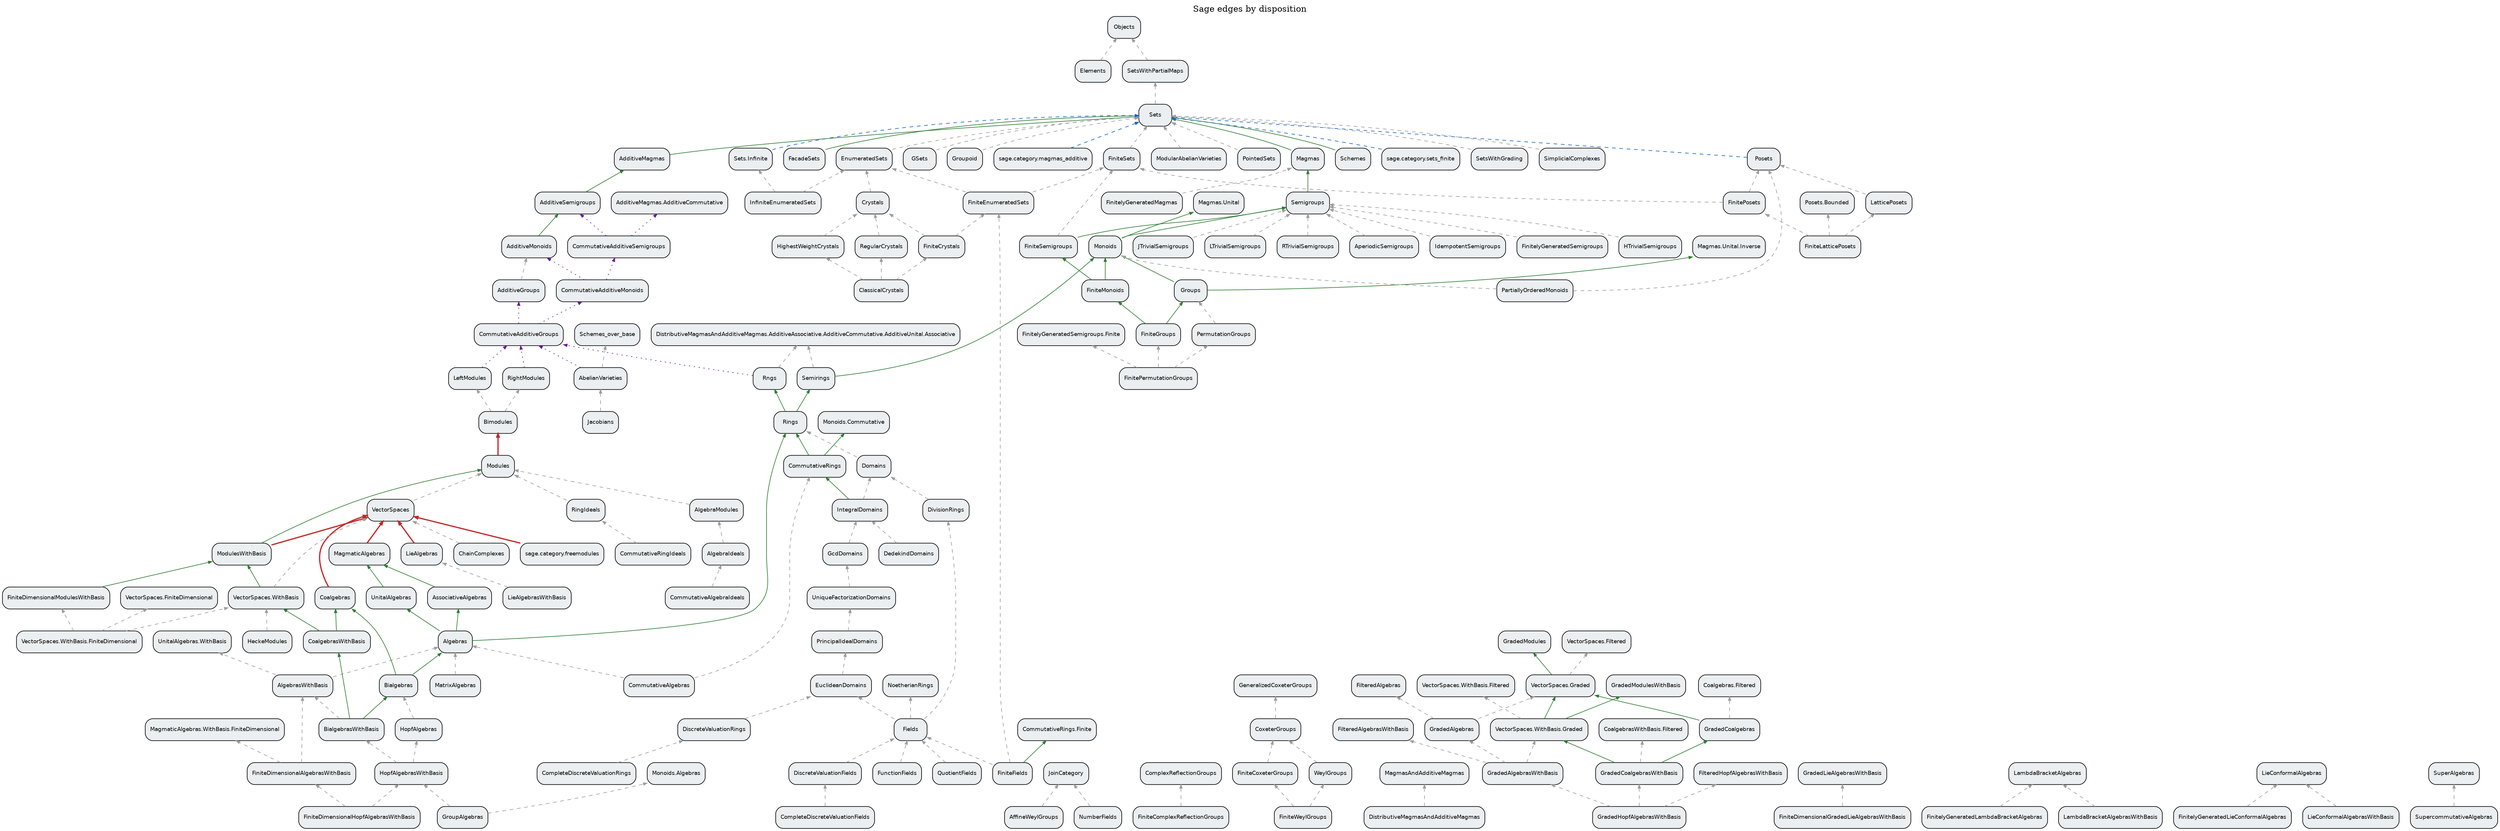
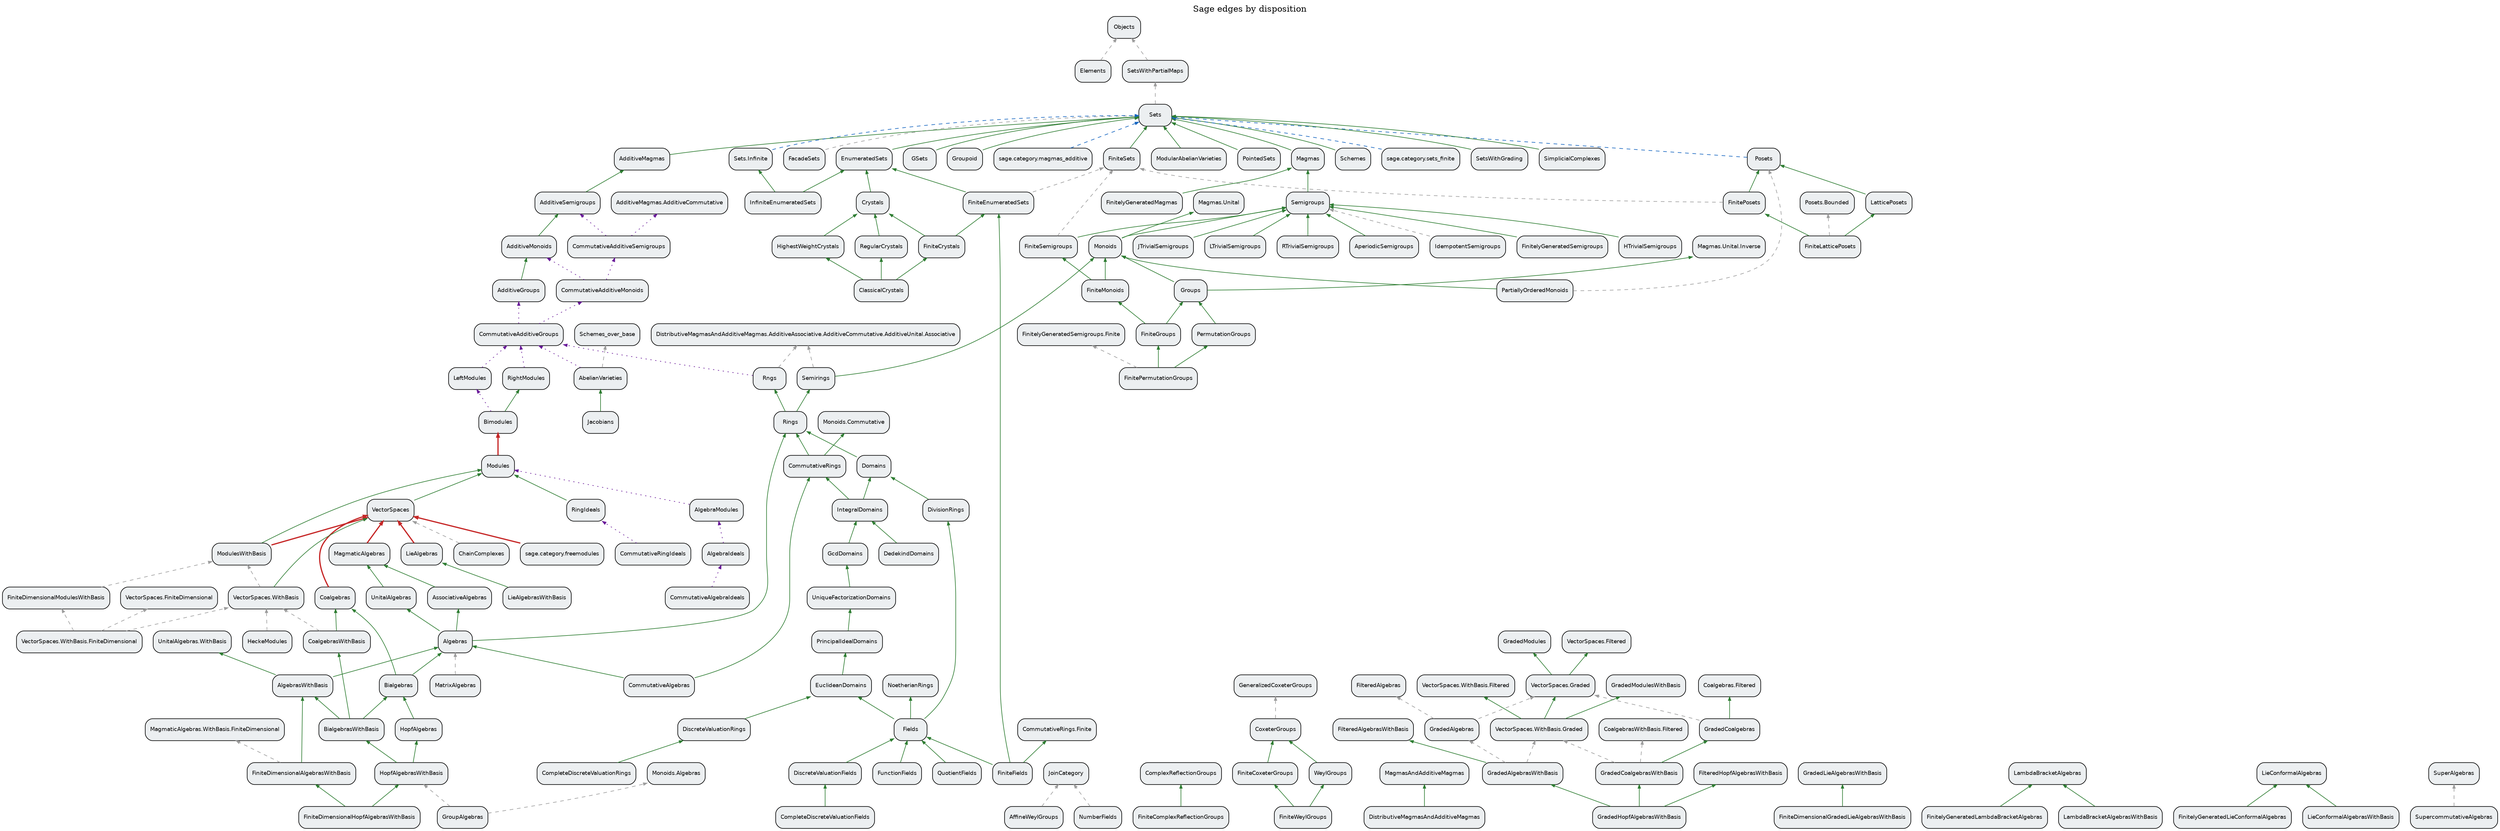
// GENERATED from mapping edge_mappings dispositions
digraph SageEdgeDispositions {
  graph [rankdir=BT, labelloc=t, label="Sage edges by disposition"];
  node [shape=box, style="rounded,filled", fillcolor="#eceff1", fontname="Helvetica", fontsize=9];
  edge [arrowsize=0.6];
  "sage.category.additive_groups_additivegroups" [label="AdditiveGroups"];
  "sage.category.additive_magmas_additivemagmas" [label="AdditiveMagmas"];
  "sage.category.additive_monoids_additivemonoids" [label="AdditiveMonoids"];
  "sage.category.additive_semigroups_additivesemigroups" [label="AdditiveSemigroups"];
  "sage.category.affine_weyl_groups_affineweylgroups" [label="AffineWeylGroups"];
  "sage.category.algebra_ideals_algebraideals" [label="AlgebraIdeals"];
  "sage.category.algebra_modules_algebramodules" [label="AlgebraModules"];
  "sage.category.algebras_algebras" [label="Algebras"];
  "sage.category.algebras_with_basis_algebraswithbasis" [label="AlgebrasWithBasis"];
  "sage.category.aperiodic_semigroups_aperiodicsemigroups" [label="AperiodicSemigroups"];
  "sage.category.associative_algebras_associativealgebras" [label="AssociativeAlgebras"];
  "sage.category.bialgebras_bialgebras" [label="Bialgebras"];
  "sage.category.bialgebras_with_basis_bialgebraswithbasis" [label="BialgebrasWithBasis"];
  "sage.category.bimodules_bimodules" [label="Bimodules"];
  "sage.category.category_joincategory" [label="JoinCategory"];
  "sage.category.category_types_elements" [label="Elements"];
  "sage.category.chain_complexes_chaincomplexes" [label="ChainComplexes"];
  "sage.category.classical_crystals_classicalcrystals" [label="ClassicalCrystals"];
  "sage.category.coalgebras_coalgebras" [label="Coalgebras"];
  "sage.category.coalgebras_with_basis_coalgebraswithbasis" [label="CoalgebrasWithBasis"];
  "sage.category.commutative_additive_groups_commutativeadditivegroups" [label="CommutativeAdditiveGroups"];
  "sage.category.commutative_additive_monoids_commutativeadditivemonoids" [label="CommutativeAdditiveMonoids"];
  "sage.category.commutative_additive_semigroups_commutativeadditivesemigroups" [label="CommutativeAdditiveSemigroups"];
  "sage.category.commutative_algebra_ideals_commutativealgebraideals" [label="CommutativeAlgebraIdeals"];
  "sage.category.commutative_algebras_commutativealgebras" [label="CommutativeAlgebras"];
  "sage.category.commutative_ring_ideals_commutativeringideals" [label="CommutativeRingIdeals"];
  "sage.category.commutative_rings_commutativerings" [label="CommutativeRings"];
  "sage.category.complete_discrete_valuation_completediscretevaluationfields" [label="CompleteDiscreteValuationFields"];
  "sage.category.complete_discrete_valuation_completediscretevaluationrings" [label="CompleteDiscreteValuationRings"];
  "sage.category.complex_reflection_groups_complexreflectiongroups" [label="ComplexReflectionGroups"];
  "sage.category.coxeter_groups_coxetergroups" [label="CoxeterGroups"];
  "sage.category.crystals_crystals" [label="Crystals"];
  "sage.category.dedekind_domains_dedekinddomains" [label="DedekindDomains"];
  "sage.category.discrete_valuation_discretevaluationfields" [label="DiscreteValuationFields"];
  "sage.category.discrete_valuation_discretevaluationrings" [label="DiscreteValuationRings"];
  "sage.category.distributive_magmas_and_additive_magmas_distributivemagmasandadditivemagmas" [label="DistributiveMagmasAndAdditiveMagmas"];
  "sage.category.division_rings_divisionrings" [label="DivisionRings"];
  "sage.category.domains_domains" [label="Domains"];
  "sage.category.enumerated_sets_enumeratedsets" [label="EnumeratedSets"];
  "sage.category.euclidean_domains_euclideandomains" [label="EuclideanDomains"];
  "sage.category.examples_semigroups_cython_idempotentsemigroups" [label="IdempotentSemigroups"];
  "sage.category.facade_sets_facadesets" [label="FacadeSets"];
  "sage.category.fields_fields" [label="Fields"];
  "sage.category.filtered_algebras_filteredalgebras" [label="FilteredAlgebras"];
  "sage.category.filtered_algebras_with_basis_filteredalgebraswithbasis" [label="FilteredAlgebrasWithBasis"];
  "sage.category.filtered_hopf_algebras_with_basis_filteredhopfalgebraswithbasis" [label="FilteredHopfAlgebrasWithBasis"];
  "sage.category.finite_complex_reflection_groups_finitecomplexreflectiongroups" [label="FiniteComplexReflectionGroups"];
  "sage.category.finite_coxeter_groups_finitecoxetergroups" [label="FiniteCoxeterGroups"];
  "sage.category.finite_crystals_finitecrystals" [label="FiniteCrystals"];
  "sage.category.finite_dimensional_algebras_with_basis_finitedimensionalalgebraswithbasis" [label="FiniteDimensionalAlgebrasWithBasis"];
  "sage.category.finite_dimensional_graded_lie_algebras_with_basis_finitedimensionalgradedliealgebraswithbasis" [label="FiniteDimensionalGradedLieAlgebrasWithBasis"];
  "sage.category.finite_dimensional_hopf_algebras_with_basis_finitedimensionalhopfalgebraswithbasis" [label="FiniteDimensionalHopfAlgebrasWithBasis"];
  "sage.category.finite_dimensional_modules_with_basis_finitedimensionalmoduleswithbasis" [label="FiniteDimensionalModulesWithBasis"];
  "sage.category.finite_enumerated_sets_finiteenumeratedsets" [label="FiniteEnumeratedSets"];
  "sage.category.finite_fields_finitefields" [label="FiniteFields"];
  "sage.category.finite_groups_finitegroups" [label="FiniteGroups"];
  "sage.category.finite_lattice_posets_finitelatticeposets" [label="FiniteLatticePosets"];
  "sage.category.finite_monoids_finitemonoids" [label="FiniteMonoids"];
  "sage.category.finite_permutation_groups_finitepermutationgroups" [label="FinitePermutationGroups"];
  "sage.category.finite_posets_finiteposets" [label="FinitePosets"];
  "sage.category.finite_semigroups_finitesemigroups" [label="FiniteSemigroups"];
  "sage.category.finite_sets_finitesets" [label="FiniteSets"];
  "sage.category.finite_weyl_groups_finiteweylgroups" [label="FiniteWeylGroups"];
  "sage.category.finitely_generated_lambda_bracket_algebras_finitelygeneratedlambdabracketalgebras" [label="FinitelyGeneratedLambdaBracketAlgebras"];
  "sage.category.finitely_generated_lie_conformal_algebras_finitelygeneratedlieconformalalgebras" [label="FinitelyGeneratedLieConformalAlgebras"];
  "sage.category.finitely_generated_magmas_finitelygeneratedmagmas" [label="FinitelyGeneratedMagmas"];
  "sage.category.finitely_generated_semigroups_finitelygeneratedsemigroups" [label="FinitelyGeneratedSemigroups"];
  "sage.category.freemodules" [label="sage.category.freemodules"];
  "sage.category.function_fields_functionfields" [label="FunctionFields"];
  "sage.category.g_sets_gsets" [label="GSets"];
  "sage.category.gcd_domains_gcddomains" [label="GcdDomains"];
  "sage.category.generalized_coxeter_groups_generalizedcoxetergroups" [label="GeneralizedCoxeterGroups"];
  "sage.category.graded_algebras_gradedalgebras" [label="GradedAlgebras"];
  "sage.category.graded_algebras_with_basis_gradedalgebraswithbasis" [label="GradedAlgebrasWithBasis"];
  "sage.category.graded_coalgebras_gradedcoalgebras" [label="GradedCoalgebras"];
  "sage.category.graded_coalgebras_with_basis_gradedcoalgebraswithbasis" [label="GradedCoalgebrasWithBasis"];
  "sage.category.graded_hopf_algebras_with_basis_gradedhopfalgebraswithbasis" [label="GradedHopfAlgebrasWithBasis"];
  "sage.category.graded_lie_algebras_with_basis_gradedliealgebraswithbasis" [label="GradedLieAlgebrasWithBasis"];
  "sage.category.graded_modules_gradedmodules" [label="GradedModules"];
  "sage.category.graded_modules_with_basis_gradedmoduleswithbasis" [label="GradedModulesWithBasis"];
  "sage.category.group_algebras_groupalgebras" [label="GroupAlgebras"];
  "sage.category.groupoid_groupoid" [label="Groupoid"];
  "sage.category.groups_groups" [label="Groups"];
  "sage.category.h_trivial_semigroups_htrivialsemigroups" [label="HTrivialSemigroups"];
  "sage.category.hecke_modules_heckemodules" [label="HeckeModules"];
  "sage.category.highest_weight_crystals_highestweightcrystals" [label="HighestWeightCrystals"];
  "sage.category.hopf_algebras_hopfalgebras" [label="HopfAlgebras"];
  "sage.category.hopf_algebras_with_basis_hopfalgebraswithbasis" [label="HopfAlgebrasWithBasis"];
  "sage.category.infinite_enumerated_sets_infiniteenumeratedsets" [label="InfiniteEnumeratedSets"];
  "sage.category.integral_domains_integraldomains" [label="IntegralDomains"];
  "sage.category.j_trivial_semigroups_jtrivialsemigroups" [label="JTrivialSemigroups"];
  "sage.category.l_trivial_semigroups_ltrivialsemigroups" [label="LTrivialSemigroups"];
  "sage.category.lambda_bracket_algebras_lambdabracketalgebras" [label="LambdaBracketAlgebras"];
  "sage.category.lambda_bracket_algebras_with_basis_lambdabracketalgebraswithbasis" [label="LambdaBracketAlgebrasWithBasis"];
  "sage.category.lattice_posets_latticeposets" [label="LatticePosets"];
  "sage.category.left_modules_leftmodules" [label="LeftModules"];
  "sage.category.lie_algebras_liealgebras" [label="LieAlgebras"];
  "sage.category.lie_algebras_with_basis_liealgebraswithbasis" [label="LieAlgebrasWithBasis"];
  "sage.category.lie_conformal_algebras_lieconformalalgebras" [label="LieConformalAlgebras"];
  "sage.category.lie_conformal_algebras_with_basis_lieconformalalgebraswithbasis" [label="LieConformalAlgebrasWithBasis"];
  "sage.category.magmas_additive" [label="sage.category.magmas_additive"];
  "sage.category.magmas_and_additive_magmas_magmasandadditivemagmas" [label="MagmasAndAdditiveMagmas"];
  "sage.category.magmas_magmas" [label="Magmas"];
  "sage.category.magmatic_algebras_magmaticalgebras" [label="MagmaticAlgebras"];
  "sage.category.matrix_algebras_matrixalgebras" [label="MatrixAlgebras"];
  "sage.category.modular_abelian_varieties_modularabelianvarieties" [label="ModularAbelianVarieties"];
  "sage.category.modules_modules" [label="Modules"];
  "sage.category.modules_with_basis_moduleswithbasis" [label="ModulesWithBasis"];
  "sage.category.monoids_monoids" [label="Monoids"];
  "sage.category.noetherian_rings_noetherianrings" [label="NoetherianRings"];
  "sage.category.number_fields_numberfields" [label="NumberFields"];
  "sage.category.objects_objects" [label="Objects"];
  "sage.category.partially_ordered_monoids_partiallyorderedmonoids" [label="PartiallyOrderedMonoids"];
  "sage.category.permutation_groups_permutationgroups" [label="PermutationGroups"];
  "sage.category.pointed_sets_pointedsets" [label="PointedSets"];
  "sage.category.posets_posets" [label="Posets"];
  "sage.category.principal_ideal_domains_principalidealdomains" [label="PrincipalIdealDomains"];
  "sage.category.quotient_fields_quotientfields" [label="QuotientFields"];
  "sage.category.r_trivial_semigroups_rtrivialsemigroups" [label="RTrivialSemigroups"];
  "sage.category.regular_crystals_regularcrystals" [label="RegularCrystals"];
  "sage.category.right_modules_rightmodules" [label="RightModules"];
  "sage.category.ring_ideals_ringideals" [label="RingIdeals"];
  "sage.category.rings_rings" [label="Rings"];
  "sage.category.rngs_rngs" [label="Rngs"];
  "sage.category.schemes_abelianvarieties" [label="AbelianVarieties"];
  "sage.category.schemes_jacobians" [label="Jacobians"];
  "sage.category.schemes_schemes" [label="Schemes"];
  "sage.category.schemes_schemes_over_base" [label="Schemes_over_base"];
  "sage.category.semigroups_semigroups" [label="Semigroups"];
  "sage.category.semirings_semirings" [label="Semirings"];
  "sage.category.sets_cat_sets" [label="Sets"];
  "sage.category.sets_finite" [label="sage.category.sets_finite"];
  "sage.category.sets_with_grading_setswithgrading" [label="SetsWithGrading"];
  "sage.category.sets_with_partial_maps_setswithpartialmaps" [label="SetsWithPartialMaps"];
  "sage.category.simplicial_complexes_simplicialcomplexes" [label="SimplicialComplexes"];
  "sage.category.super_algebras_superalgebras" [label="SuperAlgebras"];
  "sage.category.supercommutative_algebras_supercommutativealgebras" [label="SupercommutativeAlgebras"];
  "sage.category.unique_factorization_domains_uniquefactorizationdomains" [label="UniqueFactorizationDomains"];
  "sage.category.unital_algebras_unitalalgebras" [label="UnitalAlgebras"];
  "sage.category.vector_spaces_vectorspaces" [label="VectorSpaces"];
  "sage.category.weyl_groups_weylgroups" [label="WeylGroups"];
  "sage.category.with_axiom.additivemagmas.additivecommutative" [label="AdditiveMagmas.AdditiveCommutative"];
  "sage.category.with_axiom.coalgebras.filtered" [label="Coalgebras.Filtered"];
  "sage.category.with_axiom.coalgebraswithbasis.filtered" [label="CoalgebrasWithBasis.Filtered"];
  "sage.category.with_axiom.commutativerings.finite" [label="CommutativeRings.Finite"];
  "sage.category.with_axiom.distributivemagmasandadditivemagmas.additiveassociative.additivecommutative.additiveunital.associative" [label="DistributiveMagmasAndAdditiveMagmas.AdditiveAssociative.AdditiveCommutative.AdditiveUnital.Associative"];
  "sage.category.with_axiom.finitelygeneratedsemigroups.finite" [label="FinitelyGeneratedSemigroups.Finite"];
  "sage.category.with_axiom.magmas.unital" [label="Magmas.Unital"];
  "sage.category.with_axiom.magmas.unital.inverse" [label="Magmas.Unital.Inverse"];
  "sage.category.with_axiom.magmaticalgebras.withbasis.finitedimensional" [label="MagmaticAlgebras.WithBasis.FiniteDimensional"];
  "sage.category.with_axiom.monoids.algebras" [label="Monoids.Algebras"];
  "sage.category.with_axiom.monoids.commutative" [label="Monoids.Commutative"];
  "sage.category.with_axiom.posets.bounded" [label="Posets.Bounded"];
  "sage.category.with_axiom.sets.infinite" [label="Sets.Infinite"];
  "sage.category.with_axiom.unitalalgebras.withbasis" [label="UnitalAlgebras.WithBasis"];
  "sage.category.with_axiom.vectorspaces.filtered" [label="VectorSpaces.Filtered"];
  "sage.category.with_axiom.vectorspaces.finitedimensional" [label="VectorSpaces.FiniteDimensional"];
  "sage.category.with_axiom.vectorspaces.graded" [label="VectorSpaces.Graded"];
  "sage.category.with_axiom.vectorspaces.withbasis" [label="VectorSpaces.WithBasis"];
  "sage.category.with_axiom.vectorspaces.withbasis.filtered" [label="VectorSpaces.WithBasis.Filtered"];
  "sage.category.with_axiom.vectorspaces.withbasis.finitedimensional" [label="VectorSpaces.WithBasis.FiniteDimensional"];
  "sage.category.with_axiom.vectorspaces.withbasis.graded" [label="VectorSpaces.WithBasis.Graded"];
  "sage.category.examples_semigroups_cython_idempotentsemigroups" -> "sage.category.semigroups_semigroups" [disposition="unsupported", color="#9e9e9e", style=dashed];
  "sage.category.category_types_elements" -> "sage.category.objects_objects" [disposition="unsupported", color="#9e9e9e", style=dashed];
  "sage.category.schemes_abelianvarieties" -> "sage.category.schemes_schemes_over_base" [disposition="unsupported", color="#9e9e9e", style=dashed];
  "sage.category.schemes_abelianvarieties" -> "sage.category.commutative_additive_groups_commutativeadditivegroups" [disposition="alias_artifact", color="#6a1b9a", style=dotted];
-   "sage.category.additive_groups_additivegroups" -> "sage.category.additive_monoids_additivemonoids" [disposition="unsupported", color="#9e9e9e", style=dashed];
+   "sage.category.additive_groups_additivegroups" -> "sage.category.additive_monoids_additivemonoids" [disposition="preserved", color="#2e7d32", style=solid];
  "sage.category.additive_magmas_additivemagmas" -> "sage.category.sets_cat_sets" [disposition="preserved", color="#2e7d32", style=solid];
  "sage.category.additive_monoids_additivemonoids" -> "sage.category.additive_semigroups_additivesemigroups" [disposition="preserved", color="#2e7d32", style=solid];
  "sage.category.additive_semigroups_additivesemigroups" -> "sage.category.additive_magmas_additivemagmas" [disposition="preserved", color="#2e7d32", style=solid];
  "sage.category.affine_weyl_groups_affineweylgroups" -> "sage.category.category_joincategory" [disposition="unsupported", color="#9e9e9e", style=dashed];
-   "sage.category.algebra_ideals_algebraideals" -> "sage.category.algebra_modules_algebramodules" [disposition="unsupported", color="#9e9e9e", style=dashed];
-   "sage.category.algebra_modules_algebramodules" -> "sage.category.modules_modules" [disposition="unsupported", color="#9e9e9e", style=dashed];
+   "sage.category.algebra_ideals_algebraideals" -> "sage.category.algebra_modules_algebramodules" [disposition="alias_artifact", color="#6a1b9a", style=dotted];
+   "sage.category.algebra_modules_algebramodules" -> "sage.category.modules_modules" [disposition="alias_artifact", color="#6a1b9a", style=dotted];
  "sage.category.algebras_algebras" -> "sage.category.rings_rings" [disposition="preserved", color="#2e7d32", style=solid];
  "sage.category.algebras_algebras" -> "sage.category.associative_algebras_associativealgebras" [disposition="preserved", color="#2e7d32", style=solid];
  "sage.category.algebras_algebras" -> "sage.category.unital_algebras_unitalalgebras" [disposition="preserved", color="#2e7d32", style=solid];
-   "sage.category.algebras_with_basis_algebraswithbasis" -> "sage.category.algebras_algebras" [disposition="unsupported", color="#9e9e9e", style=dashed];
-   "sage.category.algebras_with_basis_algebraswithbasis" -> "sage.category.with_axiom.unitalalgebras.withbasis" [disposition="unsupported", color="#9e9e9e", style=dashed];
-   "sage.category.aperiodic_semigroups_aperiodicsemigroups" -> "sage.category.semigroups_semigroups" [disposition="unsupported", color="#9e9e9e", style=dashed];
+   "sage.category.algebras_with_basis_algebraswithbasis" -> "sage.category.algebras_algebras" [disposition="preserved", color="#2e7d32", style=solid];
+   "sage.category.algebras_with_basis_algebraswithbasis" -> "sage.category.with_axiom.unitalalgebras.withbasis" [disposition="preserved", color="#2e7d32", style=solid];
+   "sage.category.aperiodic_semigroups_aperiodicsemigroups" -> "sage.category.semigroups_semigroups" [disposition="preserved", color="#2e7d32", style=solid];
  "sage.category.associative_algebras_associativealgebras" -> "sage.category.magmatic_algebras_magmaticalgebras" [disposition="preserved", color="#2e7d32", style=solid];
  "sage.category.bialgebras_bialgebras" -> "sage.category.algebras_algebras" [disposition="preserved", color="#2e7d32", style=solid];
  "sage.category.bialgebras_bialgebras" -> "sage.category.coalgebras_coalgebras" [disposition="preserved", color="#2e7d32", style=solid];
-   "sage.category.bialgebras_with_basis_bialgebraswithbasis" -> "sage.category.algebras_with_basis_algebraswithbasis" [disposition="unsupported", color="#9e9e9e", style=dashed];
+   "sage.category.bialgebras_with_basis_bialgebraswithbasis" -> "sage.category.algebras_with_basis_algebraswithbasis" [disposition="preserved", color="#2e7d32", style=solid];
  "sage.category.bialgebras_with_basis_bialgebraswithbasis" -> "sage.category.bialgebras_bialgebras" [disposition="preserved", color="#2e7d32", style=solid];
  "sage.category.bialgebras_with_basis_bialgebraswithbasis" -> "sage.category.coalgebras_with_basis_coalgebraswithbasis" [disposition="preserved", color="#2e7d32", style=solid];
-   "sage.category.bimodules_bimodules" -> "sage.category.left_modules_leftmodules" [disposition="unsupported", color="#9e9e9e", style=dashed];
-   "sage.category.bimodules_bimodules" -> "sage.category.right_modules_rightmodules" [disposition="unsupported", color="#9e9e9e", style=dashed];
+   "sage.category.bimodules_bimodules" -> "sage.category.left_modules_leftmodules" [disposition="alias_artifact", color="#6a1b9a", style=dotted];
+   "sage.category.bimodules_bimodules" -> "sage.category.right_modules_rightmodules" [disposition="preserved", color="#2e7d32", style=solid];
  "sage.category.chain_complexes_chaincomplexes" -> "sage.category.vector_spaces_vectorspaces" [disposition="unsupported", color="#9e9e9e", style=dashed];
-   "sage.category.classical_crystals_classicalcrystals" -> "sage.category.regular_crystals_regularcrystals" [disposition="unsupported", color="#9e9e9e", style=dashed];
-   "sage.category.classical_crystals_classicalcrystals" -> "sage.category.finite_crystals_finitecrystals" [disposition="unsupported", color="#9e9e9e", style=dashed];
-   "sage.category.classical_crystals_classicalcrystals" -> "sage.category.highest_weight_crystals_highestweightcrystals" [disposition="unsupported", color="#9e9e9e", style=dashed];
+   "sage.category.classical_crystals_classicalcrystals" -> "sage.category.regular_crystals_regularcrystals" [disposition="preserved", color="#2e7d32", style=solid];
+   "sage.category.classical_crystals_classicalcrystals" -> "sage.category.finite_crystals_finitecrystals" [disposition="preserved", color="#2e7d32", style=solid];
+   "sage.category.classical_crystals_classicalcrystals" -> "sage.category.highest_weight_crystals_highestweightcrystals" [disposition="preserved", color="#2e7d32", style=solid];
  "sage.category.coalgebras_coalgebras" -> "sage.category.vector_spaces_vectorspaces" [disposition="corrected", color="#c62828", style=bold];
-   "sage.category.coalgebras_with_basis_coalgebraswithbasis" -> "sage.category.with_axiom.vectorspaces.withbasis" [disposition="preserved", color="#2e7d32", style=solid];
+   "sage.category.coalgebras_with_basis_coalgebraswithbasis" -> "sage.category.with_axiom.vectorspaces.withbasis" [disposition="unsupported", color="#9e9e9e", style=dashed];
  "sage.category.coalgebras_with_basis_coalgebraswithbasis" -> "sage.category.coalgebras_coalgebras" [disposition="preserved", color="#2e7d32", style=solid];
  "sage.category.commutative_additive_groups_commutativeadditivegroups" -> "sage.category.additive_groups_additivegroups" [disposition="alias_artifact", color="#6a1b9a", style=dotted];
  "sage.category.commutative_additive_groups_commutativeadditivegroups" -> "sage.category.commutative_additive_monoids_commutativeadditivemonoids" [disposition="alias_artifact", color="#6a1b9a", style=dotted];
  "sage.category.commutative_additive_monoids_commutativeadditivemonoids" -> "sage.category.additive_monoids_additivemonoids" [disposition="alias_artifact", color="#6a1b9a", style=dotted];
  "sage.category.commutative_additive_monoids_commutativeadditivemonoids" -> "sage.category.commutative_additive_semigroups_commutativeadditivesemigroups" [disposition="alias_artifact", color="#6a1b9a", style=dotted];
  "sage.category.commutative_additive_semigroups_commutativeadditivesemigroups" -> "sage.category.with_axiom.additivemagmas.additivecommutative" [disposition="alias_artifact", color="#6a1b9a", style=dotted];
  "sage.category.commutative_additive_semigroups_commutativeadditivesemigroups" -> "sage.category.additive_semigroups_additivesemigroups" [disposition="alias_artifact", color="#6a1b9a", style=dotted];
-   "sage.category.commutative_algebra_ideals_commutativealgebraideals" -> "sage.category.algebra_ideals_algebraideals" [disposition="unsupported", color="#9e9e9e", style=dashed];
-   "sage.category.commutative_algebras_commutativealgebras" -> "sage.category.algebras_algebras" [disposition="unsupported", color="#9e9e9e", style=dashed];
-   "sage.category.commutative_algebras_commutativealgebras" -> "sage.category.commutative_rings_commutativerings" [disposition="unsupported", color="#9e9e9e", style=dashed];
-   "sage.category.commutative_ring_ideals_commutativeringideals" -> "sage.category.ring_ideals_ringideals" [disposition="unsupported", color="#9e9e9e", style=dashed];
+   "sage.category.commutative_algebra_ideals_commutativealgebraideals" -> "sage.category.algebra_ideals_algebraideals" [disposition="alias_artifact", color="#6a1b9a", style=dotted];
+   "sage.category.commutative_algebras_commutativealgebras" -> "sage.category.algebras_algebras" [disposition="preserved", color="#2e7d32", style=solid];
+   "sage.category.commutative_algebras_commutativealgebras" -> "sage.category.commutative_rings_commutativerings" [disposition="preserved", color="#2e7d32", style=solid];
+   "sage.category.commutative_ring_ideals_commutativeringideals" -> "sage.category.ring_ideals_ringideals" [disposition="alias_artifact", color="#6a1b9a", style=dotted];
  "sage.category.commutative_rings_commutativerings" -> "sage.category.rings_rings" [disposition="preserved", color="#2e7d32", style=solid];
  "sage.category.commutative_rings_commutativerings" -> "sage.category.with_axiom.monoids.commutative" [disposition="preserved", color="#2e7d32", style=solid];
-   "sage.category.complete_discrete_valuation_completediscretevaluationfields" -> "sage.category.discrete_valuation_discretevaluationfields" [disposition="unsupported", color="#9e9e9e", style=dashed];
-   "sage.category.complete_discrete_valuation_completediscretevaluationrings" -> "sage.category.discrete_valuation_discretevaluationrings" [disposition="unsupported", color="#9e9e9e", style=dashed];
+   "sage.category.complete_discrete_valuation_completediscretevaluationfields" -> "sage.category.discrete_valuation_discretevaluationfields" [disposition="preserved", color="#2e7d32", style=solid];
+   "sage.category.complete_discrete_valuation_completediscretevaluationrings" -> "sage.category.discrete_valuation_discretevaluationrings" [disposition="preserved", color="#2e7d32", style=solid];
  "sage.category.coxeter_groups_coxetergroups" -> "sage.category.generalized_coxeter_groups_generalizedcoxetergroups" [disposition="unsupported", color="#9e9e9e", style=dashed];
-   "sage.category.crystals_crystals" -> "sage.category.enumerated_sets_enumeratedsets" [disposition="unsupported", color="#9e9e9e", style=dashed];
-   "sage.category.dedekind_domains_dedekinddomains" -> "sage.category.integral_domains_integraldomains" [disposition="unsupported", color="#9e9e9e", style=dashed];
-   "sage.category.discrete_valuation_discretevaluationfields" -> "sage.category.fields_fields" [disposition="unsupported", color="#9e9e9e", style=dashed];
-   "sage.category.discrete_valuation_discretevaluationrings" -> "sage.category.euclidean_domains_euclideandomains" [disposition="unsupported", color="#9e9e9e", style=dashed];
-   "sage.category.distributive_magmas_and_additive_magmas_distributivemagmasandadditivemagmas" -> "sage.category.magmas_and_additive_magmas_magmasandadditivemagmas" [disposition="unsupported", color="#9e9e9e", style=dashed];
-   "sage.category.division_rings_divisionrings" -> "sage.category.domains_domains" [disposition="unsupported", color="#9e9e9e", style=dashed];
-   "sage.category.domains_domains" -> "sage.category.rings_rings" [disposition="unsupported", color="#9e9e9e", style=dashed];
-   "sage.category.enumerated_sets_enumeratedsets" -> "sage.category.sets_cat_sets" [disposition="unsupported", color="#9e9e9e", style=dashed];
-   "sage.category.euclidean_domains_euclideandomains" -> "sage.category.principal_ideal_domains_principalidealdomains" [disposition="unsupported", color="#9e9e9e", style=dashed];
-   "sage.category.facade_sets_facadesets" -> "sage.category.sets_cat_sets" [disposition="preserved", color="#2e7d32", style=solid];
-   "sage.category.fields_fields" -> "sage.category.euclidean_domains_euclideandomains" [disposition="unsupported", color="#9e9e9e", style=dashed];
-   "sage.category.fields_fields" -> "sage.category.division_rings_divisionrings" [disposition="unsupported", color="#9e9e9e", style=dashed];
-   "sage.category.fields_fields" -> "sage.category.noetherian_rings_noetherianrings" [disposition="unsupported", color="#9e9e9e", style=dashed];
-   "sage.category.finite_complex_reflection_groups_finitecomplexreflectiongroups" -> "sage.category.complex_reflection_groups_complexreflectiongroups" [disposition="unsupported", color="#9e9e9e", style=dashed];
-   "sage.category.finite_coxeter_groups_finitecoxetergroups" -> "sage.category.coxeter_groups_coxetergroups" [disposition="unsupported", color="#9e9e9e", style=dashed];
-   "sage.category.finite_crystals_finitecrystals" -> "sage.category.crystals_crystals" [disposition="unsupported", color="#9e9e9e", style=dashed];
-   "sage.category.finite_crystals_finitecrystals" -> "sage.category.finite_enumerated_sets_finiteenumeratedsets" [disposition="unsupported", color="#9e9e9e", style=dashed];
-   "sage.category.finite_dimensional_algebras_with_basis_finitedimensionalalgebraswithbasis" -> "sage.category.algebras_with_basis_algebraswithbasis" [disposition="unsupported", color="#9e9e9e", style=dashed];
+   "sage.category.crystals_crystals" -> "sage.category.enumerated_sets_enumeratedsets" [disposition="preserved", color="#2e7d32", style=solid];
+   "sage.category.dedekind_domains_dedekinddomains" -> "sage.category.integral_domains_integraldomains" [disposition="preserved", color="#2e7d32", style=solid];
+   "sage.category.discrete_valuation_discretevaluationfields" -> "sage.category.fields_fields" [disposition="preserved", color="#2e7d32", style=solid];
+   "sage.category.discrete_valuation_discretevaluationrings" -> "sage.category.euclidean_domains_euclideandomains" [disposition="preserved", color="#2e7d32", style=solid];
+   "sage.category.distributive_magmas_and_additive_magmas_distributivemagmasandadditivemagmas" -> "sage.category.magmas_and_additive_magmas_magmasandadditivemagmas" [disposition="preserved", color="#2e7d32", style=solid];
+   "sage.category.division_rings_divisionrings" -> "sage.category.domains_domains" [disposition="preserved", color="#2e7d32", style=solid];
+   "sage.category.domains_domains" -> "sage.category.rings_rings" [disposition="preserved", color="#2e7d32", style=solid];
+   "sage.category.enumerated_sets_enumeratedsets" -> "sage.category.sets_cat_sets" [disposition="preserved", color="#2e7d32", style=solid];
+   "sage.category.euclidean_domains_euclideandomains" -> "sage.category.principal_ideal_domains_principalidealdomains" [disposition="preserved", color="#2e7d32", style=solid];
+   "sage.category.facade_sets_facadesets" -> "sage.category.sets_cat_sets" [disposition="unsupported", color="#9e9e9e", style=dashed];
+   "sage.category.fields_fields" -> "sage.category.euclidean_domains_euclideandomains" [disposition="preserved", color="#2e7d32", style=solid];
+   "sage.category.fields_fields" -> "sage.category.division_rings_divisionrings" [disposition="preserved", color="#2e7d32", style=solid];
+   "sage.category.fields_fields" -> "sage.category.noetherian_rings_noetherianrings" [disposition="preserved", color="#2e7d32", style=solid];
+   "sage.category.finite_complex_reflection_groups_finitecomplexreflectiongroups" -> "sage.category.complex_reflection_groups_complexreflectiongroups" [disposition="preserved", color="#2e7d32", style=solid];
+   "sage.category.finite_coxeter_groups_finitecoxetergroups" -> "sage.category.coxeter_groups_coxetergroups" [disposition="preserved", color="#2e7d32", style=solid];
+   "sage.category.finite_crystals_finitecrystals" -> "sage.category.crystals_crystals" [disposition="preserved", color="#2e7d32", style=solid];
+   "sage.category.finite_crystals_finitecrystals" -> "sage.category.finite_enumerated_sets_finiteenumeratedsets" [disposition="preserved", color="#2e7d32", style=solid];
+   "sage.category.finite_dimensional_algebras_with_basis_finitedimensionalalgebraswithbasis" -> "sage.category.algebras_with_basis_algebraswithbasis" [disposition="preserved", color="#2e7d32", style=solid];
  "sage.category.finite_dimensional_algebras_with_basis_finitedimensionalalgebraswithbasis" -> "sage.category.with_axiom.magmaticalgebras.withbasis.finitedimensional" [disposition="unsupported", color="#9e9e9e", style=dashed];
-   "sage.category.finite_dimensional_graded_lie_algebras_with_basis_finitedimensionalgradedliealgebraswithbasis" -> "sage.category.graded_lie_algebras_with_basis_gradedliealgebraswithbasis" [disposition="unsupported", color="#9e9e9e", style=dashed];
-   "sage.category.finite_dimensional_hopf_algebras_with_basis_finitedimensionalhopfalgebraswithbasis" -> "sage.category.hopf_algebras_with_basis_hopfalgebraswithbasis" [disposition="unsupported", color="#9e9e9e", style=dashed];
-   "sage.category.finite_dimensional_hopf_algebras_with_basis_finitedimensionalhopfalgebraswithbasis" -> "sage.category.finite_dimensional_algebras_with_basis_finitedimensionalalgebraswithbasis" [disposition="unsupported", color="#9e9e9e", style=dashed];
-   "sage.category.finite_dimensional_modules_with_basis_finitedimensionalmoduleswithbasis" -> "sage.category.modules_with_basis_moduleswithbasis" [disposition="preserved", color="#2e7d32", style=solid];
-   "sage.category.finite_enumerated_sets_finiteenumeratedsets" -> "sage.category.enumerated_sets_enumeratedsets" [disposition="unsupported", color="#9e9e9e", style=dashed];
+   "sage.category.finite_dimensional_graded_lie_algebras_with_basis_finitedimensionalgradedliealgebraswithbasis" -> "sage.category.graded_lie_algebras_with_basis_gradedliealgebraswithbasis" [disposition="preserved", color="#2e7d32", style=solid];
+   "sage.category.finite_dimensional_hopf_algebras_with_basis_finitedimensionalhopfalgebraswithbasis" -> "sage.category.hopf_algebras_with_basis_hopfalgebraswithbasis" [disposition="preserved", color="#2e7d32", style=solid];
+   "sage.category.finite_dimensional_hopf_algebras_with_basis_finitedimensionalhopfalgebraswithbasis" -> "sage.category.finite_dimensional_algebras_with_basis_finitedimensionalalgebraswithbasis" [disposition="preserved", color="#2e7d32", style=solid];
+   "sage.category.finite_dimensional_modules_with_basis_finitedimensionalmoduleswithbasis" -> "sage.category.modules_with_basis_moduleswithbasis" [disposition="unsupported", color="#9e9e9e", style=dashed];
+   "sage.category.finite_enumerated_sets_finiteenumeratedsets" -> "sage.category.enumerated_sets_enumeratedsets" [disposition="preserved", color="#2e7d32", style=solid];
  "sage.category.finite_enumerated_sets_finiteenumeratedsets" -> "sage.category.finite_sets_finitesets" [disposition="unsupported", color="#9e9e9e", style=dashed];
-   "sage.category.finite_fields_finitefields" -> "sage.category.fields_fields" [disposition="unsupported", color="#9e9e9e", style=dashed];
+   "sage.category.finite_fields_finitefields" -> "sage.category.fields_fields" [disposition="preserved", color="#2e7d32", style=solid];
  "sage.category.finite_fields_finitefields" -> "sage.category.with_axiom.commutativerings.finite" [disposition="preserved", color="#2e7d32", style=solid];
-   "sage.category.finite_fields_finitefields" -> "sage.category.finite_enumerated_sets_finiteenumeratedsets" [disposition="unsupported", color="#9e9e9e", style=dashed];
+   "sage.category.finite_fields_finitefields" -> "sage.category.finite_enumerated_sets_finiteenumeratedsets" [disposition="preserved", color="#2e7d32", style=solid];
  "sage.category.finite_groups_finitegroups" -> "sage.category.finite_monoids_finitemonoids" [disposition="preserved", color="#2e7d32", style=solid];
  "sage.category.finite_groups_finitegroups" -> "sage.category.groups_groups" [disposition="preserved", color="#2e7d32", style=solid];
-   "sage.category.finite_lattice_posets_finitelatticeposets" -> "sage.category.lattice_posets_latticeposets" [disposition="unsupported", color="#9e9e9e", style=dashed];
-   "sage.category.finite_lattice_posets_finitelatticeposets" -> "sage.category.finite_posets_finiteposets" [disposition="unsupported", color="#9e9e9e", style=dashed];
+   "sage.category.finite_lattice_posets_finitelatticeposets" -> "sage.category.lattice_posets_latticeposets" [disposition="preserved", color="#2e7d32", style=solid];
+   "sage.category.finite_lattice_posets_finitelatticeposets" -> "sage.category.finite_posets_finiteposets" [disposition="preserved", color="#2e7d32", style=solid];
  "sage.category.finite_lattice_posets_finitelatticeposets" -> "sage.category.with_axiom.posets.bounded" [disposition="unsupported", color="#9e9e9e", style=dashed];
-   "sage.category.finitely_generated_lambda_bracket_algebras_finitelygeneratedlambdabracketalgebras" -> "sage.category.lambda_bracket_algebras_lambdabracketalgebras" [disposition="unsupported", color="#9e9e9e", style=dashed];
-   "sage.category.finitely_generated_lie_conformal_algebras_finitelygeneratedlieconformalalgebras" -> "sage.category.lie_conformal_algebras_lieconformalalgebras" [disposition="unsupported", color="#9e9e9e", style=dashed];
-   "sage.category.finitely_generated_magmas_finitelygeneratedmagmas" -> "sage.category.magmas_magmas" [disposition="unsupported", color="#9e9e9e", style=dashed];
-   "sage.category.finitely_generated_semigroups_finitelygeneratedsemigroups" -> "sage.category.semigroups_semigroups" [disposition="unsupported", color="#9e9e9e", style=dashed];
+   "sage.category.finitely_generated_lambda_bracket_algebras_finitelygeneratedlambdabracketalgebras" -> "sage.category.lambda_bracket_algebras_lambdabracketalgebras" [disposition="preserved", color="#2e7d32", style=solid];
+   "sage.category.finitely_generated_lie_conformal_algebras_finitelygeneratedlieconformalalgebras" -> "sage.category.lie_conformal_algebras_lieconformalalgebras" [disposition="preserved", color="#2e7d32", style=solid];
+   "sage.category.finitely_generated_magmas_finitelygeneratedmagmas" -> "sage.category.magmas_magmas" [disposition="preserved", color="#2e7d32", style=solid];
+   "sage.category.finitely_generated_semigroups_finitelygeneratedsemigroups" -> "sage.category.semigroups_semigroups" [disposition="preserved", color="#2e7d32", style=solid];
  "sage.category.finite_monoids_finitemonoids" -> "sage.category.monoids_monoids" [disposition="preserved", color="#2e7d32", style=solid];
  "sage.category.finite_monoids_finitemonoids" -> "sage.category.finite_semigroups_finitesemigroups" [disposition="preserved", color="#2e7d32", style=solid];
-   "sage.category.finite_permutation_groups_finitepermutationgroups" -> "sage.category.permutation_groups_permutationgroups" [disposition="unsupported", color="#9e9e9e", style=dashed];
-   "sage.category.finite_permutation_groups_finitepermutationgroups" -> "sage.category.finite_groups_finitegroups" [disposition="unsupported", color="#9e9e9e", style=dashed];
+   "sage.category.finite_permutation_groups_finitepermutationgroups" -> "sage.category.permutation_groups_permutationgroups" [disposition="preserved", color="#2e7d32", style=solid];
+   "sage.category.finite_permutation_groups_finitepermutationgroups" -> "sage.category.finite_groups_finitegroups" [disposition="preserved", color="#2e7d32", style=solid];
  "sage.category.finite_permutation_groups_finitepermutationgroups" -> "sage.category.with_axiom.finitelygeneratedsemigroups.finite" [disposition="unsupported", color="#9e9e9e", style=dashed];
-   "sage.category.finite_posets_finiteposets" -> "sage.category.posets_posets" [disposition="unsupported", color="#9e9e9e", style=dashed];
+   "sage.category.finite_posets_finiteposets" -> "sage.category.posets_posets" [disposition="preserved", color="#2e7d32", style=solid];
  "sage.category.finite_posets_finiteposets" -> "sage.category.finite_sets_finitesets" [disposition="unsupported", color="#9e9e9e", style=dashed];
  "sage.category.finite_semigroups_finitesemigroups" -> "sage.category.semigroups_semigroups" [disposition="preserved", color="#2e7d32", style=solid];
  "sage.category.finite_semigroups_finitesemigroups" -> "sage.category.finite_sets_finitesets" [disposition="unsupported", color="#9e9e9e", style=dashed];
-   "sage.category.finite_sets_finitesets" -> "sage.category.sets_cat_sets" [disposition="unsupported", color="#9e9e9e", style=dashed];
-   "sage.category.finite_weyl_groups_finiteweylgroups" -> "sage.category.finite_coxeter_groups_finitecoxetergroups" [disposition="unsupported", color="#9e9e9e", style=dashed];
-   "sage.category.finite_weyl_groups_finiteweylgroups" -> "sage.category.weyl_groups_weylgroups" [disposition="unsupported", color="#9e9e9e", style=dashed];
-   "sage.category.function_fields_functionfields" -> "sage.category.fields_fields" [disposition="unsupported", color="#9e9e9e", style=dashed];
-   "sage.category.gcd_domains_gcddomains" -> "sage.category.integral_domains_integraldomains" [disposition="unsupported", color="#9e9e9e", style=dashed];
+   "sage.category.finite_sets_finitesets" -> "sage.category.sets_cat_sets" [disposition="preserved", color="#2e7d32", style=solid];
+   "sage.category.finite_weyl_groups_finiteweylgroups" -> "sage.category.finite_coxeter_groups_finitecoxetergroups" [disposition="preserved", color="#2e7d32", style=solid];
+   "sage.category.finite_weyl_groups_finiteweylgroups" -> "sage.category.weyl_groups_weylgroups" [disposition="preserved", color="#2e7d32", style=solid];
+   "sage.category.function_fields_functionfields" -> "sage.category.fields_fields" [disposition="preserved", color="#2e7d32", style=solid];
+   "sage.category.gcd_domains_gcddomains" -> "sage.category.integral_domains_integraldomains" [disposition="preserved", color="#2e7d32", style=solid];
  "sage.category.graded_algebras_gradedalgebras" -> "sage.category.filtered_algebras_filteredalgebras" [disposition="unsupported", color="#9e9e9e", style=dashed];
  "sage.category.graded_algebras_gradedalgebras" -> "sage.category.with_axiom.vectorspaces.graded" [disposition="unsupported", color="#9e9e9e", style=dashed];
-   "sage.category.graded_algebras_with_basis_gradedalgebraswithbasis" -> "sage.category.filtered_algebras_with_basis_filteredalgebraswithbasis" [disposition="unsupported", color="#9e9e9e", style=dashed];
+   "sage.category.graded_algebras_with_basis_gradedalgebraswithbasis" -> "sage.category.filtered_algebras_with_basis_filteredalgebraswithbasis" [disposition="preserved", color="#2e7d32", style=solid];
  "sage.category.graded_algebras_with_basis_gradedalgebraswithbasis" -> "sage.category.graded_algebras_gradedalgebras" [disposition="unsupported", color="#9e9e9e", style=dashed];
  "sage.category.graded_algebras_with_basis_gradedalgebraswithbasis" -> "sage.category.with_axiom.vectorspaces.withbasis.graded" [disposition="unsupported", color="#9e9e9e", style=dashed];
-   "sage.category.graded_coalgebras_gradedcoalgebras" -> "sage.category.with_axiom.vectorspaces.graded" [disposition="preserved", color="#2e7d32", style=solid];
-   "sage.category.graded_coalgebras_gradedcoalgebras" -> "sage.category.with_axiom.coalgebras.filtered" [disposition="unsupported", color="#9e9e9e", style=dashed];
-   "sage.category.graded_coalgebras_with_basis_gradedcoalgebraswithbasis" -> "sage.category.with_axiom.vectorspaces.withbasis.graded" [disposition="preserved", color="#2e7d32", style=solid];
+   "sage.category.graded_coalgebras_gradedcoalgebras" -> "sage.category.with_axiom.vectorspaces.graded" [disposition="unsupported", color="#9e9e9e", style=dashed];
+   "sage.category.graded_coalgebras_gradedcoalgebras" -> "sage.category.with_axiom.coalgebras.filtered" [disposition="preserved", color="#2e7d32", style=solid];
+   "sage.category.graded_coalgebras_with_basis_gradedcoalgebraswithbasis" -> "sage.category.with_axiom.vectorspaces.withbasis.graded" [disposition="unsupported", color="#9e9e9e", style=dashed];
  "sage.category.graded_coalgebras_with_basis_gradedcoalgebraswithbasis" -> "sage.category.with_axiom.coalgebraswithbasis.filtered" [disposition="unsupported", color="#9e9e9e", style=dashed];
  "sage.category.graded_coalgebras_with_basis_gradedcoalgebraswithbasis" -> "sage.category.graded_coalgebras_gradedcoalgebras" [disposition="preserved", color="#2e7d32", style=solid];
-   "sage.category.graded_hopf_algebras_with_basis_gradedhopfalgebraswithbasis" -> "sage.category.filtered_hopf_algebras_with_basis_filteredhopfalgebraswithbasis" [disposition="unsupported", color="#9e9e9e", style=dashed];
-   "sage.category.graded_hopf_algebras_with_basis_gradedhopfalgebraswithbasis" -> "sage.category.graded_algebras_with_basis_gradedalgebraswithbasis" [disposition="unsupported", color="#9e9e9e", style=dashed];
-   "sage.category.graded_hopf_algebras_with_basis_gradedhopfalgebraswithbasis" -> "sage.category.graded_coalgebras_with_basis_gradedcoalgebraswithbasis" [disposition="unsupported", color="#9e9e9e", style=dashed];
+   "sage.category.graded_hopf_algebras_with_basis_gradedhopfalgebraswithbasis" -> "sage.category.filtered_hopf_algebras_with_basis_filteredhopfalgebraswithbasis" [disposition="preserved", color="#2e7d32", style=solid];
+   "sage.category.graded_hopf_algebras_with_basis_gradedhopfalgebraswithbasis" -> "sage.category.graded_algebras_with_basis_gradedalgebraswithbasis" [disposition="preserved", color="#2e7d32", style=solid];
+   "sage.category.graded_hopf_algebras_with_basis_gradedhopfalgebraswithbasis" -> "sage.category.graded_coalgebras_with_basis_gradedcoalgebraswithbasis" [disposition="preserved", color="#2e7d32", style=solid];
  "sage.category.group_algebras_groupalgebras" -> "sage.category.hopf_algebras_with_basis_hopfalgebraswithbasis" [disposition="unsupported", color="#9e9e9e", style=dashed];
  "sage.category.group_algebras_groupalgebras" -> "sage.category.with_axiom.monoids.algebras" [disposition="unsupported", color="#9e9e9e", style=dashed];
-   "sage.category.groupoid_groupoid" -> "sage.category.sets_cat_sets" [disposition="unsupported", color="#9e9e9e", style=dashed];
+   "sage.category.groupoid_groupoid" -> "sage.category.sets_cat_sets" [disposition="preserved", color="#2e7d32", style=solid];
  "sage.category.groups_groups" -> "sage.category.monoids_monoids" [disposition="preserved", color="#2e7d32", style=solid];
  "sage.category.groups_groups" -> "sage.category.with_axiom.magmas.unital.inverse" [disposition="preserved", color="#2e7d32", style=solid];
-   "sage.category.g_sets_gsets" -> "sage.category.sets_cat_sets" [disposition="unsupported", color="#9e9e9e", style=dashed];
+   "sage.category.g_sets_gsets" -> "sage.category.sets_cat_sets" [disposition="preserved", color="#2e7d32", style=solid];
  "sage.category.hecke_modules_heckemodules" -> "sage.category.with_axiom.vectorspaces.withbasis" [disposition="unsupported", color="#9e9e9e", style=dashed];
-   "sage.category.highest_weight_crystals_highestweightcrystals" -> "sage.category.crystals_crystals" [disposition="unsupported", color="#9e9e9e", style=dashed];
-   "sage.category.hopf_algebras_hopfalgebras" -> "sage.category.bialgebras_bialgebras" [disposition="unsupported", color="#9e9e9e", style=dashed];
-   "sage.category.hopf_algebras_with_basis_hopfalgebraswithbasis" -> "sage.category.hopf_algebras_hopfalgebras" [disposition="unsupported", color="#9e9e9e", style=dashed];
-   "sage.category.hopf_algebras_with_basis_hopfalgebraswithbasis" -> "sage.category.bialgebras_with_basis_bialgebraswithbasis" [disposition="unsupported", color="#9e9e9e", style=dashed];
-   "sage.category.h_trivial_semigroups_htrivialsemigroups" -> "sage.category.semigroups_semigroups" [disposition="unsupported", color="#9e9e9e", style=dashed];
-   "sage.category.infinite_enumerated_sets_infiniteenumeratedsets" -> "sage.category.enumerated_sets_enumeratedsets" [disposition="unsupported", color="#9e9e9e", style=dashed];
-   "sage.category.infinite_enumerated_sets_infiniteenumeratedsets" -> "sage.category.with_axiom.sets.infinite" [disposition="unsupported", color="#9e9e9e", style=dashed];
-   "sage.category.integral_domains_integraldomains" -> "sage.category.domains_domains" [disposition="unsupported", color="#9e9e9e", style=dashed];
+   "sage.category.highest_weight_crystals_highestweightcrystals" -> "sage.category.crystals_crystals" [disposition="preserved", color="#2e7d32", style=solid];
+   "sage.category.hopf_algebras_hopfalgebras" -> "sage.category.bialgebras_bialgebras" [disposition="preserved", color="#2e7d32", style=solid];
+   "sage.category.hopf_algebras_with_basis_hopfalgebraswithbasis" -> "sage.category.hopf_algebras_hopfalgebras" [disposition="preserved", color="#2e7d32", style=solid];
+   "sage.category.hopf_algebras_with_basis_hopfalgebraswithbasis" -> "sage.category.bialgebras_with_basis_bialgebraswithbasis" [disposition="preserved", color="#2e7d32", style=solid];
+   "sage.category.h_trivial_semigroups_htrivialsemigroups" -> "sage.category.semigroups_semigroups" [disposition="preserved", color="#2e7d32", style=solid];
+   "sage.category.infinite_enumerated_sets_infiniteenumeratedsets" -> "sage.category.enumerated_sets_enumeratedsets" [disposition="preserved", color="#2e7d32", style=solid];
+   "sage.category.infinite_enumerated_sets_infiniteenumeratedsets" -> "sage.category.with_axiom.sets.infinite" [disposition="preserved", color="#2e7d32", style=solid];
+   "sage.category.integral_domains_integraldomains" -> "sage.category.domains_domains" [disposition="preserved", color="#2e7d32", style=solid];
  "sage.category.integral_domains_integraldomains" -> "sage.category.commutative_rings_commutativerings" [disposition="preserved", color="#2e7d32", style=solid];
-   "sage.category.schemes_jacobians" -> "sage.category.schemes_abelianvarieties" [disposition="unsupported", color="#9e9e9e", style=dashed];
-   "sage.category.j_trivial_semigroups_jtrivialsemigroups" -> "sage.category.semigroups_semigroups" [disposition="unsupported", color="#9e9e9e", style=dashed];
-   "sage.category.lambda_bracket_algebras_with_basis_lambdabracketalgebraswithbasis" -> "sage.category.lambda_bracket_algebras_lambdabracketalgebras" [disposition="unsupported", color="#9e9e9e", style=dashed];
-   "sage.category.lattice_posets_latticeposets" -> "sage.category.posets_posets" [disposition="unsupported", color="#9e9e9e", style=dashed];
+   "sage.category.schemes_jacobians" -> "sage.category.schemes_abelianvarieties" [disposition="preserved", color="#2e7d32", style=solid];
+   "sage.category.j_trivial_semigroups_jtrivialsemigroups" -> "sage.category.semigroups_semigroups" [disposition="preserved", color="#2e7d32", style=solid];
+   "sage.category.lambda_bracket_algebras_with_basis_lambdabracketalgebraswithbasis" -> "sage.category.lambda_bracket_algebras_lambdabracketalgebras" [disposition="preserved", color="#2e7d32", style=solid];
+   "sage.category.lattice_posets_latticeposets" -> "sage.category.posets_posets" [disposition="preserved", color="#2e7d32", style=solid];
  "sage.category.left_modules_leftmodules" -> "sage.category.commutative_additive_groups_commutativeadditivegroups" [disposition="alias_artifact", color="#6a1b9a", style=dotted];
  "sage.category.lie_algebras_liealgebras" -> "sage.category.vector_spaces_vectorspaces" [disposition="corrected", color="#c62828", style=bold];
-   "sage.category.lie_algebras_with_basis_liealgebraswithbasis" -> "sage.category.lie_algebras_liealgebras" [disposition="unsupported", color="#9e9e9e", style=dashed];
-   "sage.category.lie_conformal_algebras_with_basis_lieconformalalgebraswithbasis" -> "sage.category.lie_conformal_algebras_lieconformalalgebras" [disposition="unsupported", color="#9e9e9e", style=dashed];
-   "sage.category.l_trivial_semigroups_ltrivialsemigroups" -> "sage.category.semigroups_semigroups" [disposition="unsupported", color="#9e9e9e", style=dashed];
+   "sage.category.lie_algebras_with_basis_liealgebraswithbasis" -> "sage.category.lie_algebras_liealgebras" [disposition="preserved", color="#2e7d32", style=solid];
+   "sage.category.lie_conformal_algebras_with_basis_lieconformalalgebraswithbasis" -> "sage.category.lie_conformal_algebras_lieconformalalgebras" [disposition="preserved", color="#2e7d32", style=solid];
+   "sage.category.l_trivial_semigroups_ltrivialsemigroups" -> "sage.category.semigroups_semigroups" [disposition="preserved", color="#2e7d32", style=solid];
  "sage.category.magmas_magmas" -> "sage.category.sets_cat_sets" [disposition="preserved", color="#2e7d32", style=solid];
  "sage.category.matrix_algebras_matrixalgebras" -> "sage.category.algebras_algebras" [disposition="unsupported", color="#9e9e9e", style=dashed];
-   "sage.category.modular_abelian_varieties_modularabelianvarieties" -> "sage.category.sets_cat_sets" [disposition="unsupported", color="#9e9e9e", style=dashed];
+   "sage.category.modular_abelian_varieties_modularabelianvarieties" -> "sage.category.sets_cat_sets" [disposition="preserved", color="#2e7d32", style=solid];
  "sage.category.modules_with_basis_moduleswithbasis" -> "sage.category.modules_modules" [disposition="preserved", color="#2e7d32", style=solid];
  "sage.category.monoids_monoids" -> "sage.category.semigroups_semigroups" [disposition="preserved", color="#2e7d32", style=solid];
  "sage.category.monoids_monoids" -> "sage.category.with_axiom.magmas.unital" [disposition="preserved", color="#2e7d32", style=solid];
  "sage.category.number_fields_numberfields" -> "sage.category.category_joincategory" [disposition="unsupported", color="#9e9e9e", style=dashed];
  "sage.category.partially_ordered_monoids_partiallyorderedmonoids" -> "sage.category.posets_posets" [disposition="unsupported", color="#9e9e9e", style=dashed];
-   "sage.category.partially_ordered_monoids_partiallyorderedmonoids" -> "sage.category.monoids_monoids" [disposition="unsupported", color="#9e9e9e", style=dashed];
-   "sage.category.permutation_groups_permutationgroups" -> "sage.category.groups_groups" [disposition="unsupported", color="#9e9e9e", style=dashed];
-   "sage.category.pointed_sets_pointedsets" -> "sage.category.sets_cat_sets" [disposition="unsupported", color="#9e9e9e", style=dashed];
+   "sage.category.partially_ordered_monoids_partiallyorderedmonoids" -> "sage.category.monoids_monoids" [disposition="preserved", color="#2e7d32", style=solid];
+   "sage.category.permutation_groups_permutationgroups" -> "sage.category.groups_groups" [disposition="preserved", color="#2e7d32", style=solid];
+   "sage.category.pointed_sets_pointedsets" -> "sage.category.sets_cat_sets" [disposition="preserved", color="#2e7d32", style=solid];
  "sage.category.posets_posets" -> "sage.category.sets_cat_sets" [disposition="subdivided", color="#1565c0", style=dashed];
-   "sage.category.principal_ideal_domains_principalidealdomains" -> "sage.category.unique_factorization_domains_uniquefactorizationdomains" [disposition="unsupported", color="#9e9e9e", style=dashed];
-   "sage.category.quotient_fields_quotientfields" -> "sage.category.fields_fields" [disposition="unsupported", color="#9e9e9e", style=dashed];
-   "sage.category.regular_crystals_regularcrystals" -> "sage.category.crystals_crystals" [disposition="unsupported", color="#9e9e9e", style=dashed];
+   "sage.category.principal_ideal_domains_principalidealdomains" -> "sage.category.unique_factorization_domains_uniquefactorizationdomains" [disposition="preserved", color="#2e7d32", style=solid];
+   "sage.category.quotient_fields_quotientfields" -> "sage.category.fields_fields" [disposition="preserved", color="#2e7d32", style=solid];
+   "sage.category.regular_crystals_regularcrystals" -> "sage.category.crystals_crystals" [disposition="preserved", color="#2e7d32", style=solid];
  "sage.category.right_modules_rightmodules" -> "sage.category.commutative_additive_groups_commutativeadditivegroups" [disposition="alias_artifact", color="#6a1b9a", style=dotted];
-   "sage.category.ring_ideals_ringideals" -> "sage.category.modules_modules" [disposition="unsupported", color="#9e9e9e", style=dashed];
+   "sage.category.ring_ideals_ringideals" -> "sage.category.modules_modules" [disposition="preserved", color="#2e7d32", style=solid];
  "sage.category.rings_rings" -> "sage.category.rngs_rngs" [disposition="preserved", color="#2e7d32", style=solid];
  "sage.category.rings_rings" -> "sage.category.semirings_semirings" [disposition="preserved", color="#2e7d32", style=solid];
  "sage.category.rngs_rngs" -> "sage.category.with_axiom.distributivemagmasandadditivemagmas.additiveassociative.additivecommutative.additiveunital.associative" [disposition="unsupported", color="#9e9e9e", style=dashed];
  "sage.category.rngs_rngs" -> "sage.category.commutative_additive_groups_commutativeadditivegroups" [disposition="alias_artifact", color="#6a1b9a", style=dotted];
-   "sage.category.r_trivial_semigroups_rtrivialsemigroups" -> "sage.category.semigroups_semigroups" [disposition="unsupported", color="#9e9e9e", style=dashed];
+   "sage.category.r_trivial_semigroups_rtrivialsemigroups" -> "sage.category.semigroups_semigroups" [disposition="preserved", color="#2e7d32", style=solid];
  "sage.category.schemes_schemes" -> "sage.category.sets_cat_sets" [disposition="preserved", color="#2e7d32", style=solid];
  "sage.category.semigroups_semigroups" -> "sage.category.magmas_magmas" [disposition="preserved", color="#2e7d32", style=solid];
  "sage.category.semirings_semirings" -> "sage.category.with_axiom.distributivemagmasandadditivemagmas.additiveassociative.additivecommutative.additiveunital.associative" [disposition="unsupported", color="#9e9e9e", style=dashed];
  "sage.category.semirings_semirings" -> "sage.category.monoids_monoids" [disposition="preserved", color="#2e7d32", style=solid];
  "sage.category.sets_cat_sets" -> "sage.category.sets_with_partial_maps_setswithpartialmaps" [disposition="unsupported", color="#9e9e9e", style=dashed];
-   "sage.category.sets_with_grading_setswithgrading" -> "sage.category.sets_cat_sets" [disposition="unsupported", color="#9e9e9e", style=dashed];
+   "sage.category.sets_with_grading_setswithgrading" -> "sage.category.sets_cat_sets" [disposition="preserved", color="#2e7d32", style=solid];
  "sage.category.sets_with_partial_maps_setswithpartialmaps" -> "sage.category.objects_objects" [disposition="unsupported", color="#9e9e9e", style=dashed];
-   "sage.category.simplicial_complexes_simplicialcomplexes" -> "sage.category.sets_cat_sets" [disposition="unsupported", color="#9e9e9e", style=dashed];
+   "sage.category.simplicial_complexes_simplicialcomplexes" -> "sage.category.sets_cat_sets" [disposition="preserved", color="#2e7d32", style=solid];
  "sage.category.supercommutative_algebras_supercommutativealgebras" -> "sage.category.super_algebras_superalgebras" [disposition="unsupported", color="#9e9e9e", style=dashed];
-   "sage.category.unique_factorization_domains_uniquefactorizationdomains" -> "sage.category.gcd_domains_gcddomains" [disposition="unsupported", color="#9e9e9e", style=dashed];
+   "sage.category.unique_factorization_domains_uniquefactorizationdomains" -> "sage.category.gcd_domains_gcddomains" [disposition="preserved", color="#2e7d32", style=solid];
  "sage.category.unital_algebras_unitalalgebras" -> "sage.category.magmatic_algebras_magmaticalgebras" [disposition="preserved", color="#2e7d32", style=solid];
-   "sage.category.vector_spaces_vectorspaces" -> "sage.category.modules_modules" [disposition="unsupported", color="#9e9e9e", style=dashed];
-   "sage.category.weyl_groups_weylgroups" -> "sage.category.coxeter_groups_coxetergroups" [disposition="unsupported", color="#9e9e9e", style=dashed];
-   "sage.category.with_axiom.vectorspaces.withbasis" -> "sage.category.modules_with_basis_moduleswithbasis" [disposition="preserved", color="#2e7d32", style=solid];
-   "sage.category.with_axiom.vectorspaces.withbasis" -> "sage.category.vector_spaces_vectorspaces" [disposition="unsupported", color="#9e9e9e", style=dashed];
+   "sage.category.vector_spaces_vectorspaces" -> "sage.category.modules_modules" [disposition="preserved", color="#2e7d32", style=solid];
+   "sage.category.weyl_groups_weylgroups" -> "sage.category.coxeter_groups_coxetergroups" [disposition="preserved", color="#2e7d32", style=solid];
+   "sage.category.with_axiom.vectorspaces.withbasis" -> "sage.category.modules_with_basis_moduleswithbasis" [disposition="unsupported", color="#9e9e9e", style=dashed];
+   "sage.category.with_axiom.vectorspaces.withbasis" -> "sage.category.vector_spaces_vectorspaces" [disposition="preserved", color="#2e7d32", style=solid];
  "sage.category.with_axiom.vectorspaces.withbasis.finitedimensional" -> "sage.category.finite_dimensional_modules_with_basis_finitedimensionalmoduleswithbasis" [disposition="unsupported", color="#9e9e9e", style=dashed];
  "sage.category.with_axiom.vectorspaces.withbasis.finitedimensional" -> "sage.category.with_axiom.vectorspaces.withbasis" [disposition="unsupported", color="#9e9e9e", style=dashed];
  "sage.category.with_axiom.vectorspaces.withbasis.finitedimensional" -> "sage.category.with_axiom.vectorspaces.finitedimensional" [disposition="unsupported", color="#9e9e9e", style=dashed];
  "sage.category.with_axiom.vectorspaces.graded" -> "sage.category.graded_modules_gradedmodules" [disposition="preserved", color="#2e7d32", style=solid];
-   "sage.category.with_axiom.vectorspaces.graded" -> "sage.category.with_axiom.vectorspaces.filtered" [disposition="unsupported", color="#9e9e9e", style=dashed];
+   "sage.category.with_axiom.vectorspaces.graded" -> "sage.category.with_axiom.vectorspaces.filtered" [disposition="preserved", color="#2e7d32", style=solid];
  "sage.category.with_axiom.vectorspaces.withbasis.graded" -> "sage.category.graded_modules_with_basis_gradedmoduleswithbasis" [disposition="preserved", color="#2e7d32", style=solid];
-   "sage.category.with_axiom.vectorspaces.withbasis.graded" -> "sage.category.with_axiom.vectorspaces.withbasis.filtered" [disposition="unsupported", color="#9e9e9e", style=dashed];
+   "sage.category.with_axiom.vectorspaces.withbasis.graded" -> "sage.category.with_axiom.vectorspaces.withbasis.filtered" [disposition="preserved", color="#2e7d32", style=solid];
  "sage.category.with_axiom.vectorspaces.withbasis.graded" -> "sage.category.with_axiom.vectorspaces.graded" [disposition="preserved", color="#2e7d32", style=solid];
  "sage.category.magmatic_algebras_magmaticalgebras" -> "sage.category.vector_spaces_vectorspaces" [disposition="corrected", color="#c62828", style=bold];
  "sage.category.modules_modules" -> "sage.category.bimodules_bimodules" [disposition="corrected", color="#c62828", style=bold];
  "sage.category.freemodules" -> "sage.category.vector_spaces_vectorspaces" [disposition="corrected", color="#c62828", style=bold];
  "sage.category.modules_with_basis_moduleswithbasis" -> "sage.category.vector_spaces_vectorspaces" [disposition="corrected", color="#c62828", style=bold];
  "sage.category.sets_finite" -> "sage.category.sets_cat_sets" [disposition="subdivided", color="#1565c0", style=dashed];
  "sage.category.with_axiom.sets.infinite" -> "sage.category.sets_cat_sets" [disposition="subdivided", color="#1565c0", style=dashed];
  "sage.category.magmas_additive" -> "sage.category.sets_cat_sets" [disposition="subdivided", color="#1565c0", style=dashed];
}
